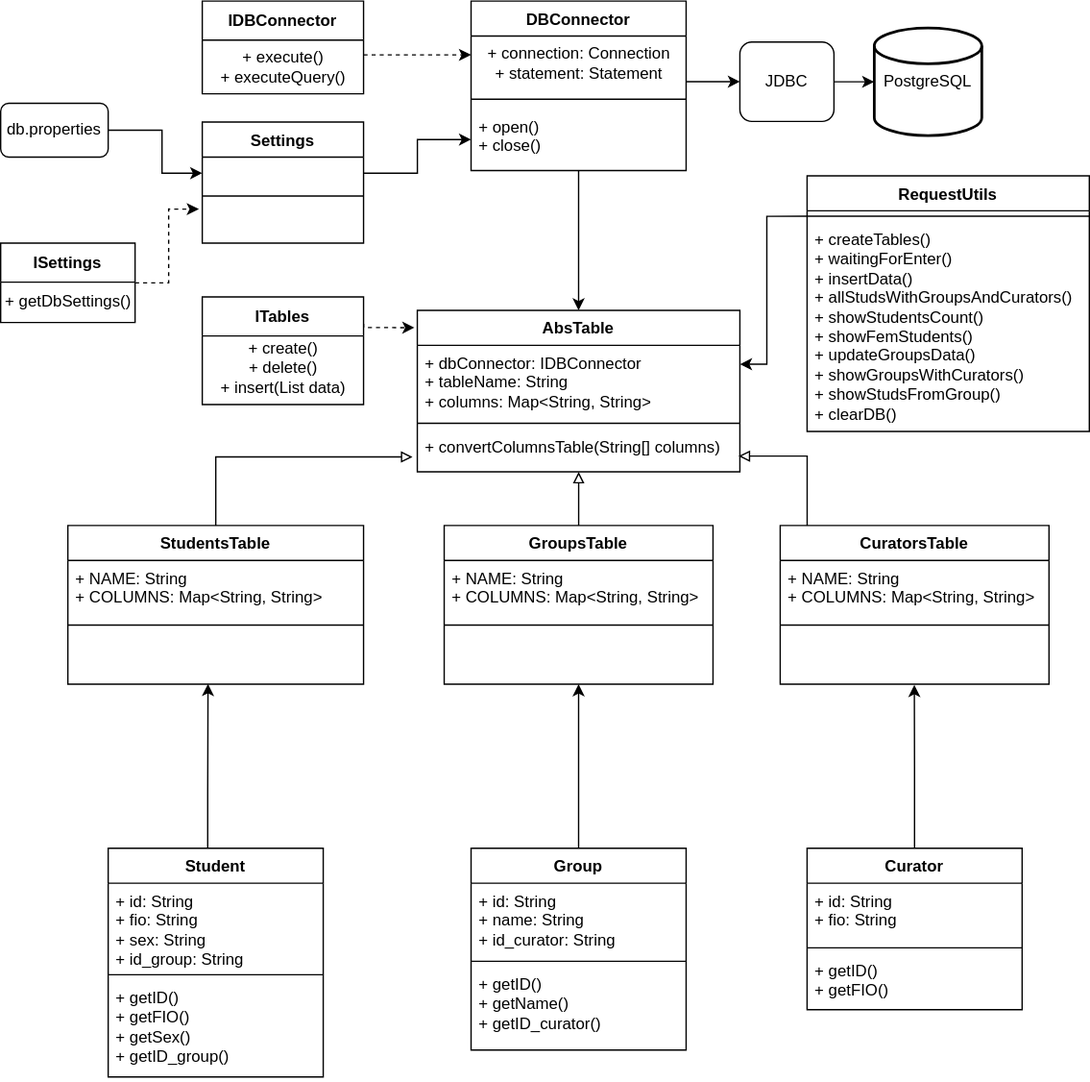
Earlier version of the draw.io export src/main/resources/UML/Otus-JQA_Basic_hw3_UML.drawio.svg (Skyar7/Otus-JQA_Basic_hw3). Source tidied: cells renumbered, new cells last; positions are measured from the earlier drawing's top-left corner, leaving out a move shared by most shapes.
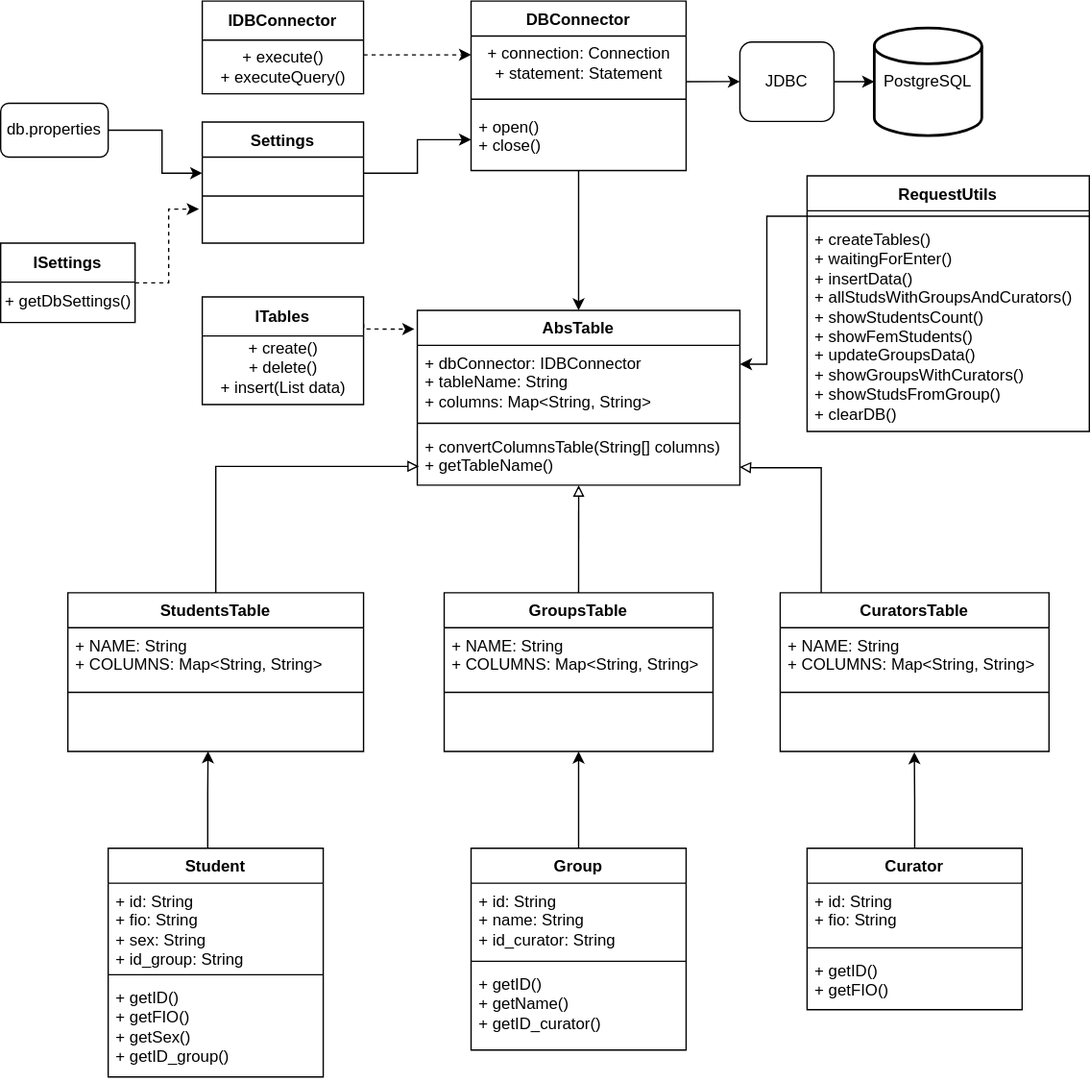
The same diagram one commit later.

Change to the diagram source:
```diff
@@ -44,7 +44,7 @@
       <mxGeometry y="29" width="120" height="40" as="geometry" />
     </mxCell>
     <mxCell id="14" value="AbsTable" style="swimlane;fontStyle=1;align=center;verticalAlign=top;horizontal=1;startSize=26;whiteSpace=wrap;html=1;" parent="1" vertex="1">
-      <mxGeometry x="310" y="230" width="240" height="120" as="geometry" />
+      <mxGeometry x="310" y="230" width="240" height="130" as="geometry" />
     </mxCell>
     <mxCell id="15" value="+ dbConnector: IDBConnector&lt;br&gt;+ tableName: String&lt;br&gt;+ columns: Map&amp;lt;String, String&amp;gt;" style="text;strokeColor=none;fillColor=none;align=left;verticalAlign=top;spacingLeft=4;spacingRight=4;overflow=hidden;points=[[0,0.5],[1,0.5]];portConstraint=eastwest;whiteSpace=wrap;html=1;" parent="14" vertex="1">
       <mxGeometry y="26" width="240" height="54" as="geometry" />
@@ -52,14 +52,14 @@
     <mxCell id="16" style="line;strokeWidth=1;fillColor=none;align=left;verticalAlign=middle;spacingTop=-1;spacingLeft=3;spacingRight=3;labelPosition=right;strokeColor=inherit;" parent="14" vertex="1">
       <mxGeometry y="80" width="240" height="8" as="geometry" />
     </mxCell>
-    <mxCell id="17" value="+ convertColumnsTable(String[] columns)" style="text;strokeColor=none;fillColor=none;align=left;verticalAlign=top;spacingLeft=4;spacingRight=4;overflow=hidden;points=[[0,0.5],[1,0.5]];portConstraint=eastwest;whiteSpace=wrap;html=1;" parent="14" vertex="1">
-      <mxGeometry y="88" width="240" height="32" as="geometry" />
+    <mxCell id="17" value="+ convertColumnsTable(String[] columns)&lt;br&gt;+ getTableName()" style="text;strokeColor=none;fillColor=none;align=left;verticalAlign=top;spacingLeft=4;spacingRight=4;overflow=hidden;points=[[0,0.5],[1,0.5]];portConstraint=eastwest;whiteSpace=wrap;html=1;" parent="14" vertex="1">
+      <mxGeometry y="88" width="240" height="42" as="geometry" />
     </mxCell>
-    <mxCell id="18" style="edgeStyle=orthogonalEdgeStyle;rounded=0;jettySize=auto;html=1;entryX=-0.015;entryY=0.656;entryDx=0;entryDy=0;entryPerimeter=0;endArrow=block;endFill=0;" parent="1" edge="1" source="19" target="17">
+    <mxCell id="18" style="edgeStyle=orthogonalEdgeStyle;rounded=0;jettySize=auto;html=1;entryX=0.005;entryY=0.667;entryDx=0;entryDy=0;entryPerimeter=0;endArrow=block;endFill=0;" parent="1" edge="1" source="19" target="17">
       <mxGeometry relative="1" as="geometry" />
     </mxCell>
     <mxCell id="19" value="StudentsTable" style="swimlane;fontStyle=1;align=center;verticalAlign=top;horizontal=1;startSize=26;whiteSpace=wrap;html=1;" parent="1" vertex="1">
-      <mxGeometry x="50" y="390" width="220" height="118" as="geometry" />
+      <mxGeometry x="50" y="440" width="220" height="118" as="geometry" />
     </mxCell>
     <mxCell id="20" value="+ NAME: String&lt;br style=&quot;border-color: var(--border-color);&quot;&gt;+ COLUMNS: Map&amp;lt;String, String&amp;gt;" style="text;strokeColor=none;fillColor=none;align=left;verticalAlign=top;spacingLeft=4;spacingRight=4;overflow=hidden;whiteSpace=wrap;html=1;" parent="19" vertex="1">
       <mxGeometry y="26" width="220" height="44" as="geometry" />
@@ -70,16 +70,16 @@
     <mxCell id="22" value="&amp;nbsp;" style="text;strokeColor=none;fillColor=none;align=left;verticalAlign=top;spacingLeft=4;spacingRight=4;overflow=hidden;points=[[0,0.5],[1,0.5]];portConstraint=eastwest;whiteSpace=wrap;html=1;" parent="19" vertex="1">
       <mxGeometry y="78" width="220" height="40" as="geometry" />
     </mxCell>
-    <mxCell id="23" style="edgeStyle=orthogonalEdgeStyle;rounded=0;jettySize=auto;html=1;endArrow=block;endFill=0;" parent="1" edge="1" source="24">
+    <mxCell id="23" style="edgeStyle=orthogonalEdgeStyle;rounded=0;jettySize=auto;html=1;endArrow=block;endFill=0;exitX=0.5;exitY=0;exitDx=0;exitDy=0;" parent="1" edge="1" source="24">
       <mxGeometry relative="1" as="geometry">
-        <mxPoint x="430" y="350" as="targetPoint" />
+        <mxPoint x="429.8" y="360" as="targetPoint" />
         <Array as="points">
-          <mxPoint x="430" y="350" />
+          <mxPoint x="430" y="360" />
         </Array>
       </mxGeometry>
     </mxCell>
     <mxCell id="24" value="GroupsTable" style="swimlane;fontStyle=1;align=center;verticalAlign=top;horizontal=1;startSize=26;whiteSpace=wrap;html=1;" parent="1" vertex="1">
-      <mxGeometry x="330" y="390" width="200" height="118" as="geometry" />
+      <mxGeometry x="330" y="440" width="200" height="118" as="geometry" />
     </mxCell>
     <mxCell id="25" value="+ NAME: String&lt;br style=&quot;border-color: var(--border-color);&quot;&gt;+ COLUMNS: Map&amp;lt;String, String&amp;gt;" style="text;strokeColor=none;fillColor=none;align=left;verticalAlign=top;spacingLeft=4;spacingRight=4;overflow=hidden;whiteSpace=wrap;html=1;" parent="24" vertex="1">
       <mxGeometry y="26" width="200" height="44" as="geometry" />
@@ -90,15 +90,17 @@
     <mxCell id="27" value="&amp;nbsp;" style="text;strokeColor=none;fillColor=none;align=left;verticalAlign=top;spacingLeft=4;spacingRight=4;overflow=hidden;points=[[0,0.5],[1,0.5]];portConstraint=eastwest;whiteSpace=wrap;html=1;" parent="24" vertex="1">
       <mxGeometry y="78" width="200" height="40" as="geometry" />
     </mxCell>
-    <mxCell id="28" style="edgeStyle=orthogonalEdgeStyle;rounded=0;jettySize=auto;html=1;endArrow=block;endFill=0;entryX=0.996;entryY=0.637;entryDx=0;entryDy=0;entryPerimeter=0;" parent="1" edge="1" source="29" target="17">
+    <mxCell id="28" style="edgeStyle=orthogonalEdgeStyle;rounded=0;jettySize=auto;html=1;endArrow=block;endFill=0;entryX=0.999;entryY=0.677;entryDx=0;entryDy=0;entryPerimeter=0;" parent="1" edge="1" target="17">
       <mxGeometry relative="1" as="geometry">
+        <mxPoint x="610.5" y="442" as="sourcePoint" />
         <Array as="points">
-          <mxPoint x="600" y="338" />
+          <mxPoint x="611" y="347" />
+          <mxPoint x="560" y="347" />
         </Array>
       </mxGeometry>
     </mxCell>
     <mxCell id="29" value="CuratorsTable" style="swimlane;fontStyle=1;align=center;verticalAlign=top;horizontal=1;startSize=26;whiteSpace=wrap;html=1;" parent="1" vertex="1">
-      <mxGeometry x="580" y="390" width="200" height="118" as="geometry" />
+      <mxGeometry x="580" y="440" width="200" height="118" as="geometry" />
     </mxCell>
     <mxCell id="30" value="+ NAME: String&lt;br&gt;+ COLUMNS: Map&amp;lt;String, String&amp;gt;" style="text;strokeColor=none;fillColor=none;align=left;verticalAlign=top;spacingLeft=4;spacingRight=4;overflow=hidden;whiteSpace=wrap;html=1;" parent="29" vertex="1">
       <mxGeometry y="26" width="200" height="44" as="geometry" />
```
